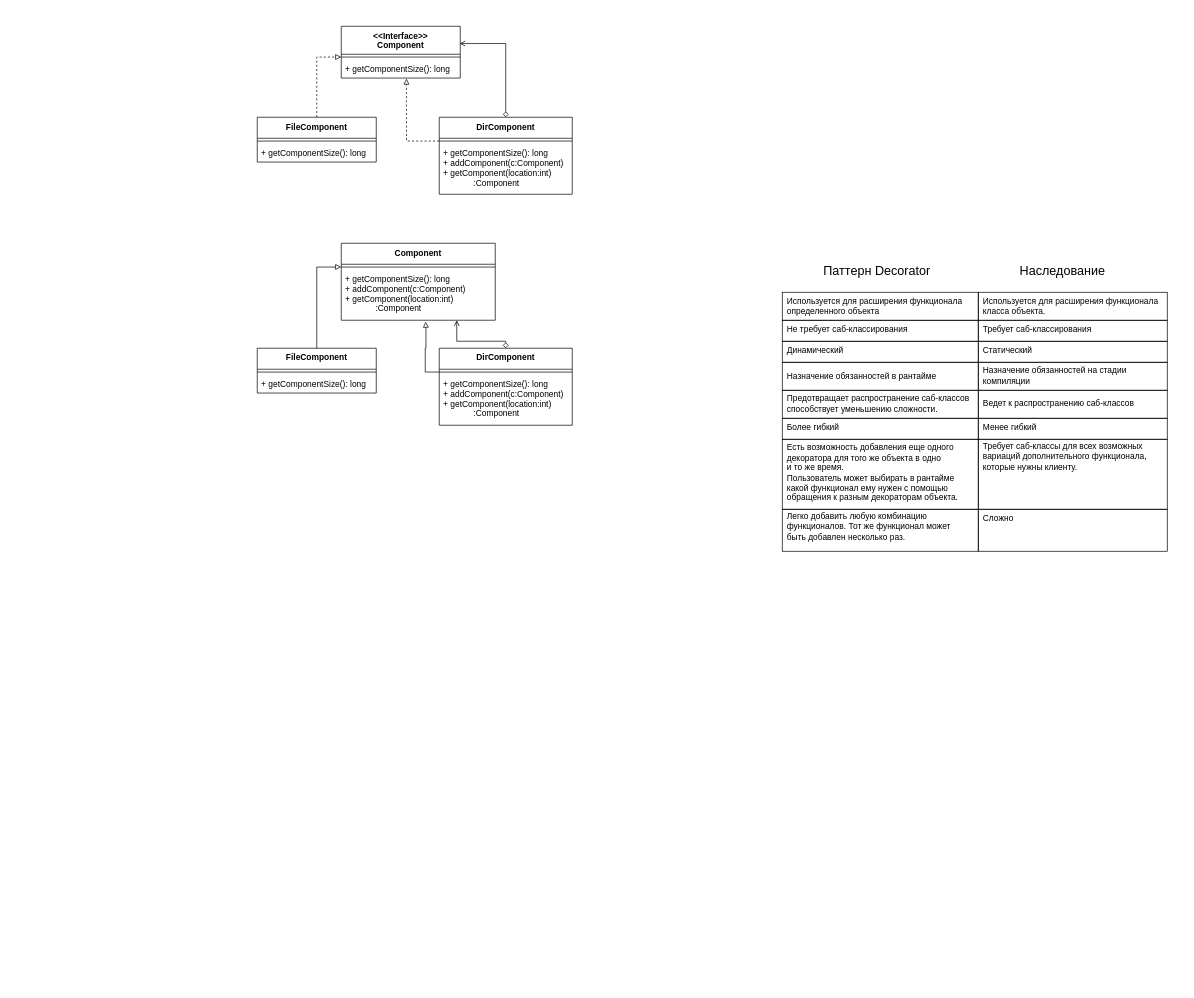
The draw.io diagram drawings.drawio in FedosovMax/diagrams, before the edit. Source tidied: cells renumbered, new cells numbered last; positions are measured from the earlier drawing's top-left corner, leaving out a move shared by most shapes. Both pictures are drawn from the tidied source at 70%, with x=0, y=0 at pixel (236, 12).
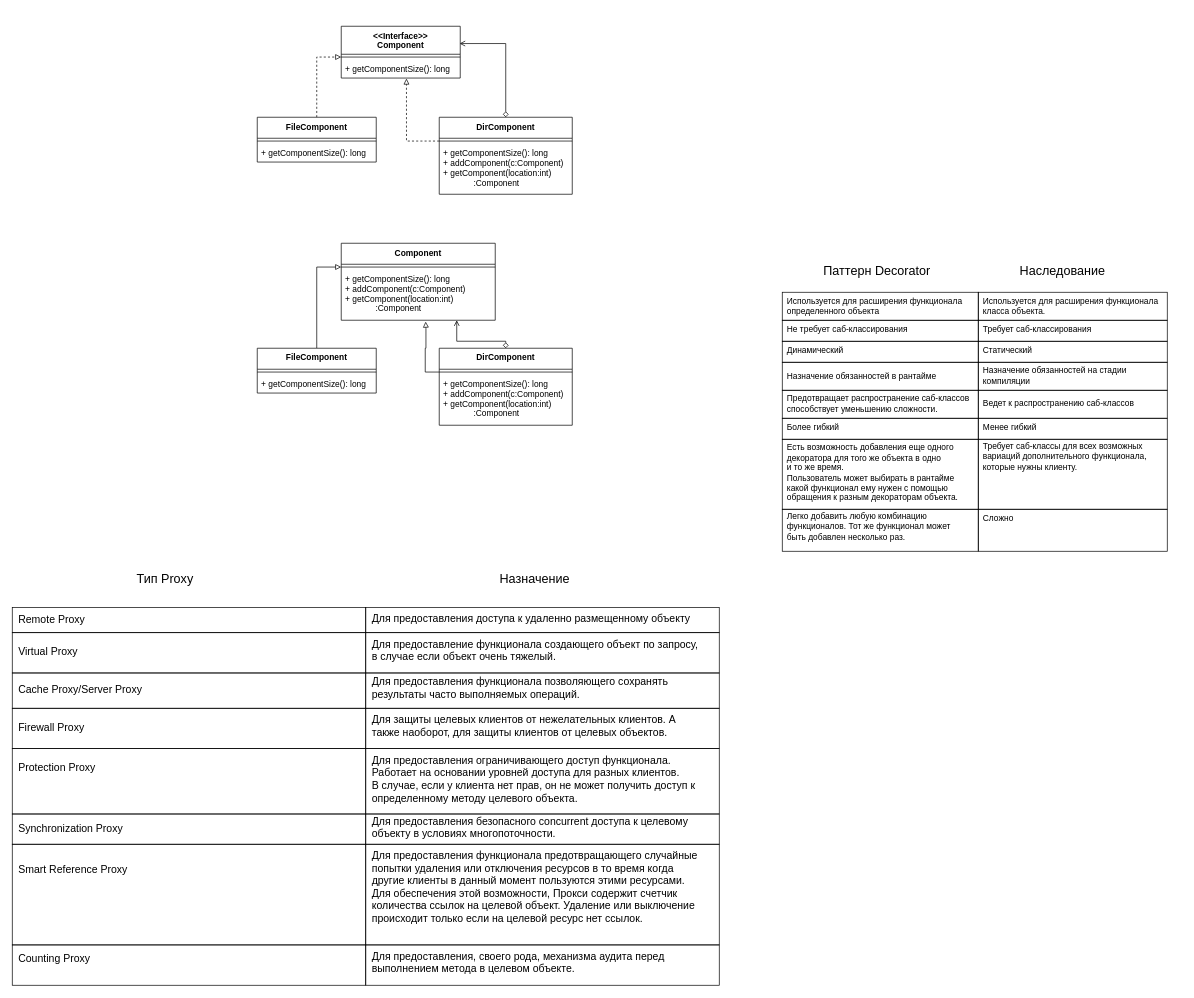
The same diagram, later.

Change to the diagram source:
```diff
@@
+    <mxCell id="63" style="group;" parent="1" vertex="1">
+      <mxGeometry x="-320" y="886.3" width="1010" height="57.6" as="geometry" />
+    </mxCell>
+    <mxCell id="64" style="rounded=0;whiteSpace=wrap;html=1;fillColor=none;" parent="63" vertex="1">
+      <mxGeometry x="505" width="505" height="57.6" as="geometry" />
+    </mxCell>
+    <mxCell id="65" style="rounded=0;whiteSpace=wrap;html=1;fillColor=none;" parent="63" vertex="1">
+      <mxGeometry width="505" height="57.6" as="geometry" />
+    </mxCell>
+    <mxCell id="66" style="group;" parent="1" vertex="1">
+      <mxGeometry x="-320" y="943.9" width="1010" height="50.4" as="geometry" />
+    </mxCell>
+    <mxCell id="67" style="rounded=0;whiteSpace=wrap;html=1;fillColor=none;" parent="66" vertex="1">
+      <mxGeometry x="505" width="505" height="50.4" as="geometry" />
+    </mxCell>
+    <mxCell id="68" style="rounded=0;whiteSpace=wrap;html=1;fillColor=none;" parent="66" vertex="1">
+      <mxGeometry width="505" height="50.4" as="geometry" />
+    </mxCell>
+    <mxCell id="69" style="rounded=0;whiteSpace=wrap;html=1;fillColor=none;" parent="1" vertex="1">
+      <mxGeometry x="185" y="1332.4" width="505" height="57.6" as="geometry" />
+    </mxCell>
+    <mxCell id="70" style="rounded=0;whiteSpace=wrap;html=1;fillColor=none;" parent="1" vertex="1">
+      <mxGeometry x="185" y="1051.8" width="505" height="93.5" as="geometry" />
+    </mxCell>
+    <mxCell id="71" style="rounded=0;whiteSpace=wrap;html=1;fillColor=none;" parent="1" vertex="1">
+      <mxGeometry x="185" y="1145.4" width="505" height="43.2" as="geometry" />
+    </mxCell>
+    <mxCell id="72" style="rounded=0;whiteSpace=wrap;html=1;fillColor=none;" parent="1" vertex="1">
+      <mxGeometry x="185" y="1188.5" width="505" height="143.9" as="geometry" />
+    </mxCell>
+    <mxCell id="73" style="rounded=0;whiteSpace=wrap;html=1;fillColor=none;" parent="1" vertex="1">
+      <mxGeometry x="-320" y="1145.4" width="505" height="43.2" as="geometry" />
+    </mxCell>
+    <mxCell id="74" style="rounded=0;whiteSpace=wrap;html=1;fillColor=none;" parent="1" vertex="1">
+      <mxGeometry x="-320" y="1188.5" width="505" height="143.9" as="geometry" />
+    </mxCell>
+    <mxCell id="75" style="rounded=0;whiteSpace=wrap;html=1;fillColor=none;" parent="1" vertex="1">
+      <mxGeometry x="185" y="994.3" width="505" height="57.6" as="geometry" />
+    </mxCell>
+    <mxCell id="76" style="rounded=0;whiteSpace=wrap;html=1;fillColor=none;" parent="1" vertex="1">
+      <mxGeometry x="-320" y="994.3" width="505" height="57.6" as="geometry" />
+    </mxCell>
+    <mxCell id="77" style="rounded=0;whiteSpace=wrap;html=1;fillColor=none;" parent="1" vertex="1">
+      <mxGeometry x="185" y="850.4" width="505" height="36" as="geometry" />
+    </mxCell>
+    <mxCell id="78" style="rounded=0;whiteSpace=wrap;html=1;fillColor=none;" parent="1" vertex="1">
+      <mxGeometry x="-320" y="850.4" width="505" height="36" as="geometry" />
+    </mxCell>
+    <mxCell id="79" value="&lt;font style=&quot;font-size: 18px&quot;&gt;Тип Proxy&lt;/font&gt;" style="text;html=1;align=center;verticalAlign=middle;" parent="1" vertex="1">
+      <mxGeometry x="-151.7" y="800" width="100" height="20" as="geometry" />
+    </mxCell>
+    <mxCell id="80" value="&lt;font style=&quot;font-size: 18px&quot;&gt;Назначение&lt;/font&gt;" style="text;html=1;align=center;verticalAlign=middle;" parent="1" vertex="1">
+      <mxGeometry x="366.3" y="800" width="120" height="20" as="geometry" />
+    </mxCell>
+    <mxCell id="81" value="Для предоставления доступа к удаленно размещенному объекту" style="text;html=1;align=left;verticalAlign=middle;fontSize=15;" parent="1" vertex="1">
+      <mxGeometry x="191.5" y="856.2" width="470" height="20" as="geometry" />
+    </mxCell>
+    <mxCell id="82" value="&lt;div style=&quot;font-size: 15px;&quot;&gt;Для предоставление функционала создающего объект по запросу, &lt;br style=&quot;font-size: 15px;&quot;&gt;&lt;/div&gt;&lt;div style=&quot;font-size: 15px;&quot;&gt;в случае если объект очень тяжелый. &lt;br style=&quot;font-size: 15px;&quot;&gt;&lt;/div&gt;" style="text;html=1;align=left;verticalAlign=middle;fontSize=15;" parent="1" vertex="1">
+      <mxGeometry x="191.5" y="891.1" width="480" height="40" as="geometry" />
+    </mxCell>
+    <mxCell id="83" value="&lt;div style=&quot;font-size: 15px;&quot;&gt;Для предоставления функционала позволяющего сохранять &lt;br style=&quot;font-size: 15px;&quot;&gt;&lt;/div&gt;&lt;div style=&quot;font-size: 15px;&quot;&gt;результаты часто выполняемых операций. &lt;br style=&quot;font-size: 15px;&quot;&gt;&lt;/div&gt;" style="text;html=1;align=left;verticalAlign=middle;fontSize=15;" parent="1" vertex="1">
+      <mxGeometry x="191.5" y="945.3" width="440" height="40" as="geometry" />
+    </mxCell>
+    <mxCell id="84" value="&lt;div style=&quot;font-size: 15px;&quot;&gt;Для защиты целевых клиентов от нежелательных клиентов. А &lt;br style=&quot;font-size: 15px;&quot;&gt;&lt;/div&gt;&lt;div style=&quot;font-size: 15px;&quot;&gt;также наоборот, для защиты клиентов от целевых объектов.&lt;br style=&quot;font-size: 15px;&quot;&gt; &lt;/div&gt;" style="text;html=1;align=left;verticalAlign=middle;fontSize=15;" parent="1" vertex="1">
+      <mxGeometry x="191.5" y="999" width="450" height="40" as="geometry" />
+    </mxCell>
+    <mxCell id="85" value="&lt;div style=&quot;font-size: 15px;&quot;&gt;Для предоставления ограничивающего доступ функционала. &lt;br style=&quot;font-size: 15px;&quot;&gt;&lt;/div&gt;&lt;div style=&quot;font-size: 15px;&quot;&gt;Работает на основании уровней доступа для разных клиентов. &lt;br style=&quot;font-size: 15px;&quot;&gt;&lt;/div&gt;&lt;div style=&quot;font-size: 15px;&quot;&gt;В случае, если у клиента нет прав, он не может получить доступ к &lt;br style=&quot;font-size: 15px;&quot;&gt;&lt;/div&gt;&lt;div style=&quot;font-size: 15px;&quot;&gt;определенному методу целевого объекта. &lt;br style=&quot;font-size: 15px;&quot;&gt;&lt;/div&gt;" style="text;html=1;align=left;verticalAlign=middle;fontSize=15;" parent="1" vertex="1">
+      <mxGeometry x="191.5" y="1054.7" width="480" height="80" as="geometry" />
+    </mxCell>
+    <mxCell id="86" value="&lt;div style=&quot;font-size: 15px;&quot;&gt;Для предоставления безопасного concurrent доступа к целевому &lt;br style=&quot;font-size: 15px;&quot;&gt;&lt;/div&gt;&lt;div style=&quot;font-size: 15px;&quot;&gt;объекту в условиях многопоточности. &lt;br style=&quot;font-size: 15px;&quot;&gt;&lt;/div&gt;" style="text;html=1;align=left;verticalAlign=middle;fontSize=15;" parent="1" vertex="1">
+      <mxGeometry x="191.5" y="1143.9" width="470" height="40" as="geometry" />
+    </mxCell>
+    <mxCell id="87" value="&lt;div style=&quot;font-size: 15px;&quot;&gt;Для предоставления функционала предотвращающего случайные &lt;br style=&quot;font-size: 15px;&quot;&gt;&lt;/div&gt;&lt;div style=&quot;font-size: 15px;&quot;&gt;попытки удаления или отключения ресурсов в то время когда&lt;/div&gt;&lt;div style=&quot;font-size: 15px;&quot;&gt;другие клиенты в данный момент пользуются этими ресурсами. &lt;br style=&quot;font-size: 15px;&quot;&gt;&lt;/div&gt;&lt;div style=&quot;font-size: 15px;&quot;&gt;Для обеспечения этой возможности, Прокси содержит счетчик &lt;br style=&quot;font-size: 15px;&quot;&gt;&lt;/div&gt;&lt;div style=&quot;font-size: 15px;&quot;&gt;количества ссылок на целевой объект. Удаление или выключение &lt;br style=&quot;font-size: 15px;&quot;&gt;&lt;/div&gt;&lt;div style=&quot;font-size: 15px;&quot;&gt;происходит только если на целевой ресурс нет ссылок. &lt;br style=&quot;font-size: 15px;&quot;&gt;&lt;/div&gt;" style="text;html=1;align=left;verticalAlign=middle;fontSize=15;" parent="1" vertex="1">
+      <mxGeometry x="191.5" y="1194.4" width="480" height="110" as="geometry" />
+    </mxCell>
+    <mxCell id="88" value="&lt;div style=&quot;font-size: 15px;&quot;&gt;Для предоставления, своего рода, механизма аудита перед &lt;br style=&quot;font-size: 15px;&quot;&gt;&lt;/div&gt;&lt;div style=&quot;font-size: 15px;&quot;&gt;выполнением метода в целевом объекте. &lt;br style=&quot;font-size: 15px;&quot;&gt;&lt;/div&gt;" style="text;html=1;align=left;verticalAlign=middle;fontSize=15;" parent="1" vertex="1">
+      <mxGeometry x="191.5" y="1336.8" width="430" height="40" as="geometry" />
+    </mxCell>
+    <mxCell id="89" value="Remote Proxy" style="text;html=1;align=left;verticalAlign=middle;fontSize=15;" parent="1" vertex="1">
+      <mxGeometry x="-313.5" y="857.2" width="110" height="20" as="geometry" />
+    </mxCell>
+    <mxCell id="90" value="Virtual Proxy" style="text;html=1;align=left;verticalAlign=middle;fontSize=15;" parent="1" vertex="1">
+      <mxGeometry x="-313.5" y="903.3" width="100" height="20" as="geometry" />
+    </mxCell>
+    <mxCell id="91" value="Cache Proxy/Server Proxy" style="text;html=1;align=left;verticalAlign=middle;fontSize=15;" parent="1" vertex="1">
+      <mxGeometry x="-313.5" y="956.5" width="190" height="20" as="geometry" />
+    </mxCell>
+    <mxCell id="92" value="Firewall Proxy" style="text;html=1;align=left;verticalAlign=middle;fontSize=15;" parent="1" vertex="1">
+      <mxGeometry x="-313.5" y="1011.2" width="110" height="20" as="geometry" />
+    </mxCell>
+    <mxCell id="93" value="Protection Proxy" style="text;html=1;align=left;verticalAlign=middle;fontSize=15;" parent="1" vertex="1">
+      <mxGeometry x="-313.5" y="1068.8" width="130" height="20" as="geometry" />
+    </mxCell>
+    <mxCell id="94" value="Synchronization Proxy" style="text;html=1;align=left;verticalAlign=middle;fontSize=15;" parent="1" vertex="1">
+      <mxGeometry x="-313.5" y="1155.1" width="160" height="20" as="geometry" />
+    </mxCell>
+    <mxCell id="95" value="Smart Reference Proxy" style="text;html=1;align=left;verticalAlign=middle;fontSize=15;" parent="1" vertex="1">
+      <mxGeometry x="-313.5" y="1214.1" width="170" height="20" as="geometry" />
+    </mxCell>
+    <mxCell id="96" value="Counting Proxy" style="text;html=1;align=left;verticalAlign=middle;fontSize=15;" parent="1" vertex="1">
+      <mxGeometry x="-313.5" y="1340.8" width="120" height="20" as="geometry" />
+    </mxCell>
+    <mxCell id="97" style="rounded=0;whiteSpace=wrap;html=1;fillColor=none;" parent="1" vertex="1">
+      <mxGeometry x="-320" y="1051.8" width="505" height="93.5" as="geometry" />
+    </mxCell>
+    <mxCell id="98" style="rounded=0;whiteSpace=wrap;html=1;fillColor=none;" parent="1" vertex="1">
+      <mxGeometry x="-320" y="1332.4" width="505" height="57.6" as="geometry" />
+    </mxCell>
```
